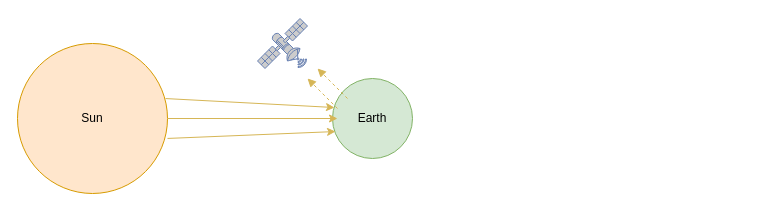
Earlier version of the draw.io diagram figures/sunEarthRaySat.drawio (Mast3rwaf1z/p4). Source tidied: cells renumbered, new cells numbered last; positions are measured from the earlier drawing's top-left corner, leaving out a move shared by most shapes. Both pictures are drawn from the tidied source at 100%, with x=0, y=0 at pixel (17, 18).
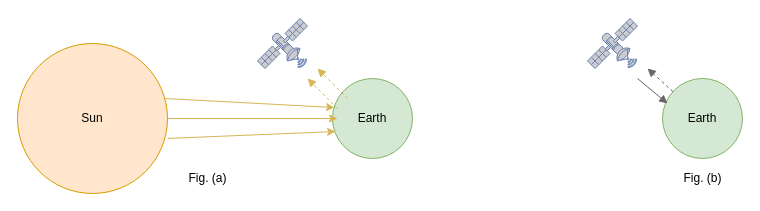
The same diagram, later.

What changed in the source:
```diff
@@
+    <mxCell id="10" value="Earth" style="ellipse;whiteSpace=wrap;html=1;fillColor=#d5e8d4;strokeColor=#82b366;" parent="1" vertex="1">
+      <mxGeometry x="645" y="60" width="80" height="80" as="geometry" />
+    </mxCell>
+    <mxCell id="11" style="endArrow=block;dashed=1;html=1;rounded=0;fillColor=#f5f5f5;strokeColor=#666666;endFill=1;" parent="1" edge="1" source="10">
+      <mxGeometry relative="1" as="geometry">
+        <mxPoint x="630" y="50" as="targetPoint" />
+      </mxGeometry>
+    </mxCell>
+    <mxCell id="12" style="fontColor=#0066CC;verticalAlign=top;verticalLabelPosition=bottom;labelPosition=center;align=center;html=1;fillColor=#CCCCCC;strokeColor=#6881B3;gradientColor=none;gradientDirection=north;strokeWidth=2;shape=mxgraph.networks.satellite;rotation=-90;" parent="1" vertex="1">
+      <mxGeometry x="570" width="50" height="50" as="geometry" />
+    </mxCell>
+    <mxCell id="13" style="endArrow=block;html=1;rounded=0;fillColor=#f5f5f5;strokeColor=#666666;endFill=1;" parent="1" edge="1">
+      <mxGeometry relative="1" as="geometry">
+        <mxPoint x="620" y="60" as="sourcePoint" />
+        <mxPoint x="650" y="85" as="targetPoint" />
+      </mxGeometry>
+    </mxCell>
+    <mxCell id="14" value="Fig. (a)" style="text;html=1;align=center;verticalAlign=middle;strokeColor=none;fillColor=none;" parent="1" vertex="1">
+      <mxGeometry x="165" y="150" width="50" height="20" as="geometry" />
+    </mxCell>
+    <mxCell id="15" value="Fig. (b)" style="text;html=1;align=center;verticalAlign=middle;strokeColor=none;fillColor=none;" parent="1" vertex="1">
+      <mxGeometry x="660" y="150" width="50" height="20" as="geometry" />
+    </mxCell>
```
